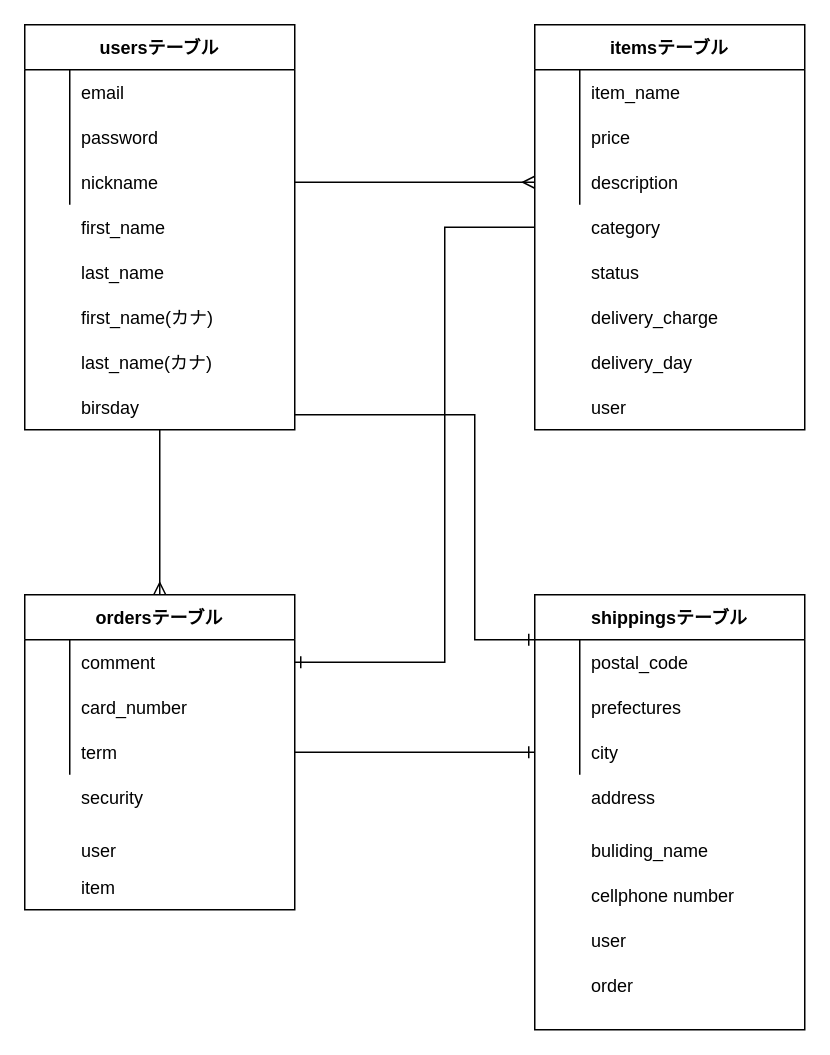
Above: furima.dio in kazukimastumoto/furima-31119 (draw.io), before the change. Source tidied: cells renumbered, new cells numbered last; positions are measured from the earlier drawing's top-left corner, leaving out a move shared by most shapes. Both pictures are drawn from the tidied source at 150%, with x=0, y=0 at pixel (24, 24).
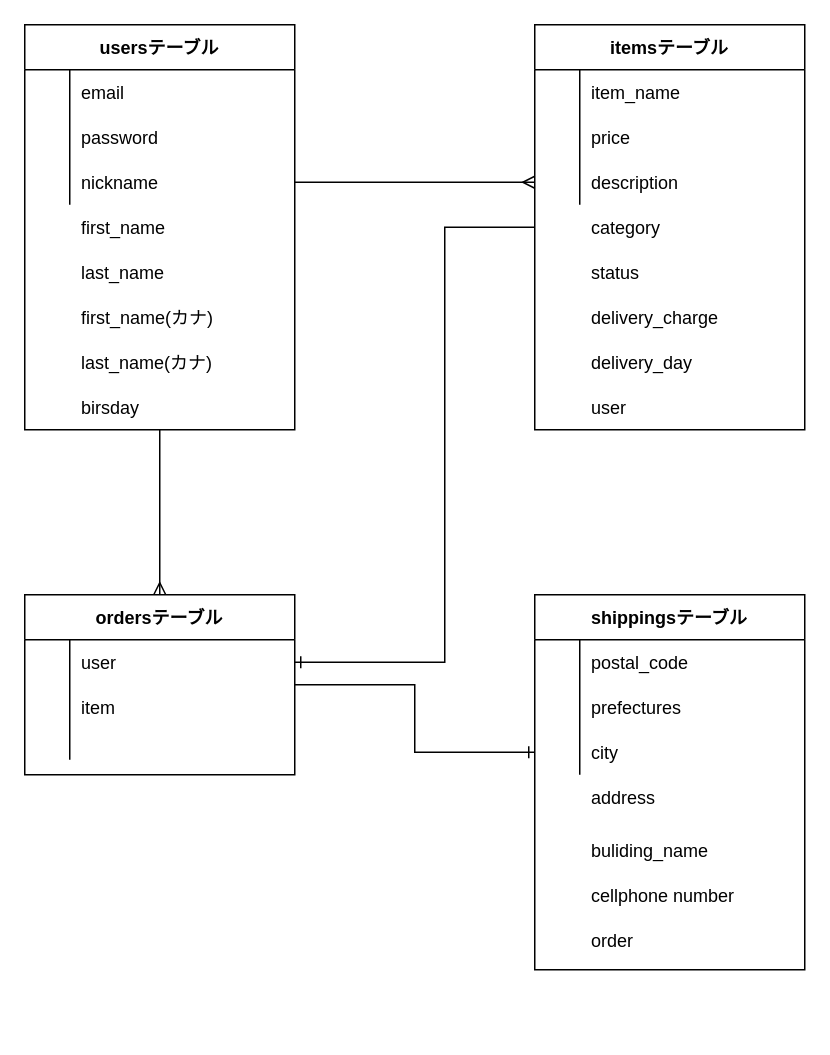
The same diagram, later.

Commit message (it also covers changes not shown here):
データベース設計（修正）

Unchanged cells that the change refers to:
```xml
<mxCell id="4" value="usersテーブル" style="shape=table;startSize=30;childLayout=tableLayout;rowLines=0;fontStyle=1;align=center;" parent="1" vertex="1">
  <mxGeometry width="180" height="270" as="geometry" />
</mxCell>
<mxCell id="38" style="shape=partialRectangle;fillColor=none;top=0;left=0;bottom=0;right=0;points=[[0,0.5],[1,0.5]];portConstraint=eastwest;" parent="37" vertex="1">
  <mxGeometry y="30" width="180" height="30" as="geometry" />
</mxCell>
<mxCell id="41" style="shape=partialRectangle;fillColor=none;top=0;left=0;bottom=0;right=0;" parent="37" vertex="1">
  <mxGeometry y="60" width="180" height="30" as="geometry" />
</mxCell>
```

The edit, as a diff of the source:
```diff
@@
-    <mxCell id="3" style="edgeStyle=orthogonalEdgeStyle;rounded=0;jettySize=auto;html=1;endArrow=ERone;endFill=0;" parent="1" edge="1" source="4" target="50">
-      <mxGeometry relative="1" as="geometry">
-        <Array as="points">
-          <mxPoint x="300" y="260" />
-          <mxPoint x="300" y="410" />
-        </Array>
-      </mxGeometry>
-    </mxCell>
@@
     <mxCell id="37" value="ordersテーブル" style="shape=table;startSize=30;childLayout=tableLayout;rowLines=0;fontStyle=1;align=center;" parent="1" vertex="1">
-      <mxGeometry y="380" width="180" height="210" as="geometry" />
+      <mxGeometry y="380" width="180" height="120" as="geometry" />
     </mxCell>
@@
-    <mxCell id="40" value="comment" style="shape=partialRectangle;fillColor=none;top=0;left=0;bottom=0;right=0;align=left;spacingLeft=6;overflow=hidden;" parent="38" vertex="1">
+    <mxCell id="40" style="shape=partialRectangle;fillColor=none;top=0;left=0;bottom=0;right=0;align=left;spacingLeft=6;overflow=hidden;" parent="38" vertex="1">
       <mxGeometry x="30" width="150" height="30" as="geometry" />
     </mxCell>
@@
-    <mxCell id="43" value="card_number" style="shape=partialRectangle;fillColor=none;top=0;left=0;bottom=0;right=0;align=left;spacingLeft=6;overflow=hidden;" parent="41" vertex="1">
+    <mxCell id="43" style="shape=partialRectangle;fillColor=none;top=0;left=0;bottom=0;right=0;align=left;spacingLeft=6;overflow=hidden;" parent="41" vertex="1">
       <mxGeometry x="30" width="150" height="30" as="geometry" />
     </mxCell>
     <mxCell id="44" style="shape=partialRectangle;fillColor=none;top=0;left=0;bottom=0;right=0;" parent="37" vertex="1">
-      <mxGeometry y="90" width="180" height="30" as="geometry" />
+      <mxGeometry y="90" width="180" height="20" as="geometry" />
     </mxCell>
     <mxCell id="45" style="shape=partialRectangle;fillColor=none;top=0;left=0;bottom=0;right=0;overflow=hidden;" parent="44" vertex="1">
-      <mxGeometry width="30" height="30" as="geometry" />
+      <mxGeometry width="30" height="20" as="geometry" />
     </mxCell>
-    <mxCell id="46" value="term" style="shape=partialRectangle;fillColor=none;top=0;left=0;bottom=0;right=0;align=left;spacingLeft=6;overflow=hidden;" parent="44" vertex="1">
-      <mxGeometry x="30" width="150" height="30" as="geometry" />
+    <mxCell id="46" style="shape=partialRectangle;fillColor=none;top=0;left=0;bottom=0;right=0;align=left;spacingLeft=6;overflow=hidden;" parent="44" vertex="1">
+      <mxGeometry x="30" width="150" height="20" as="geometry" />
     </mxCell>
-    <mxCell id="47" value="security" style="shape=partialRectangle;fillColor=none;top=0;left=0;bottom=0;right=0;align=left;spacingLeft=6;overflow=hidden;" parent="1" vertex="1">
-      <mxGeometry x="30" y="500" width="150" height="30" as="geometry" />
-    </mxCell>
     <mxCell id="48" value="user" style="shape=partialRectangle;fillColor=none;top=0;left=0;bottom=0;right=0;align=left;spacingLeft=6;overflow=hidden;" parent="1" vertex="1">
-      <mxGeometry x="30" y="535" width="150" height="30" as="geometry" />
+      <mxGeometry x="30" y="410" width="150" height="30" as="geometry" />
     </mxCell>
     <mxCell id="49" value="item" style="shape=partialRectangle;fillColor=none;top=0;left=0;bottom=0;right=0;align=left;spacingLeft=6;overflow=hidden;" parent="1" vertex="1">
-      <mxGeometry x="30" y="560" width="150" height="30" as="geometry" />
+      <mxGeometry x="30" y="440" width="150" height="30" as="geometry" />
     </mxCell>
     <mxCell id="50" value="shippingsテーブル" style="shape=table;startSize=30;childLayout=tableLayout;rowLines=0;fontStyle=1;align=center;" parent="1" vertex="1">
-      <mxGeometry x="340" y="380" width="180" height="290" as="geometry" />
+      <mxGeometry x="340" y="380" width="180" height="250" as="geometry" />
     </mxCell>
@@
-    <mxCell id="63" value="user" style="shape=partialRectangle;fillColor=none;top=0;left=0;bottom=0;right=0;align=left;spacingLeft=6;overflow=hidden;" parent="1" vertex="1">
-      <mxGeometry x="370" y="595" width="150" height="30" as="geometry" />
-    </mxCell>
     <mxCell id="64" value="order" style="shape=partialRectangle;fillColor=none;top=0;left=0;bottom=0;right=0;align=left;spacingLeft=6;overflow=hidden;" parent="1" vertex="1">
-      <mxGeometry x="370" y="625" width="150" height="30" as="geometry" />
+      <mxGeometry x="370" y="595" width="150" height="30" as="geometry" />
     </mxCell>
```
